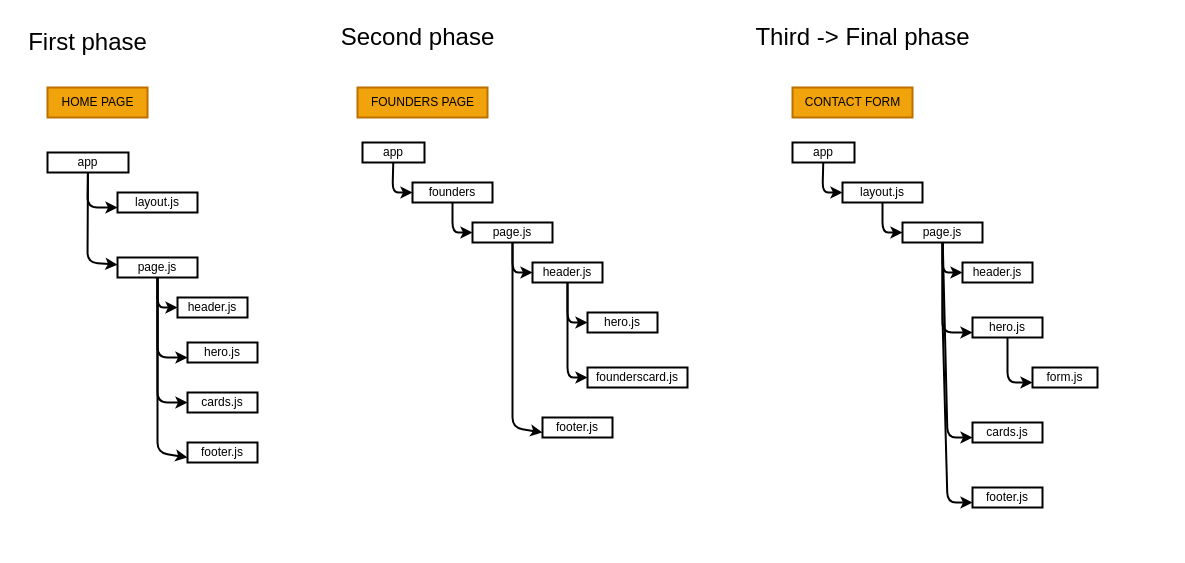
The draw.io diagram plan.drawio in chari00/fireplace-palace, before the edit. Source tidied: cells renumbered, new cells numbered last; positions are measured from the earlier drawing's top-left corner, leaving out a move shared by most shapes. Both pictures are drawn from the tidied source at 100%, with x=0, y=0 at pixel (17, 17).
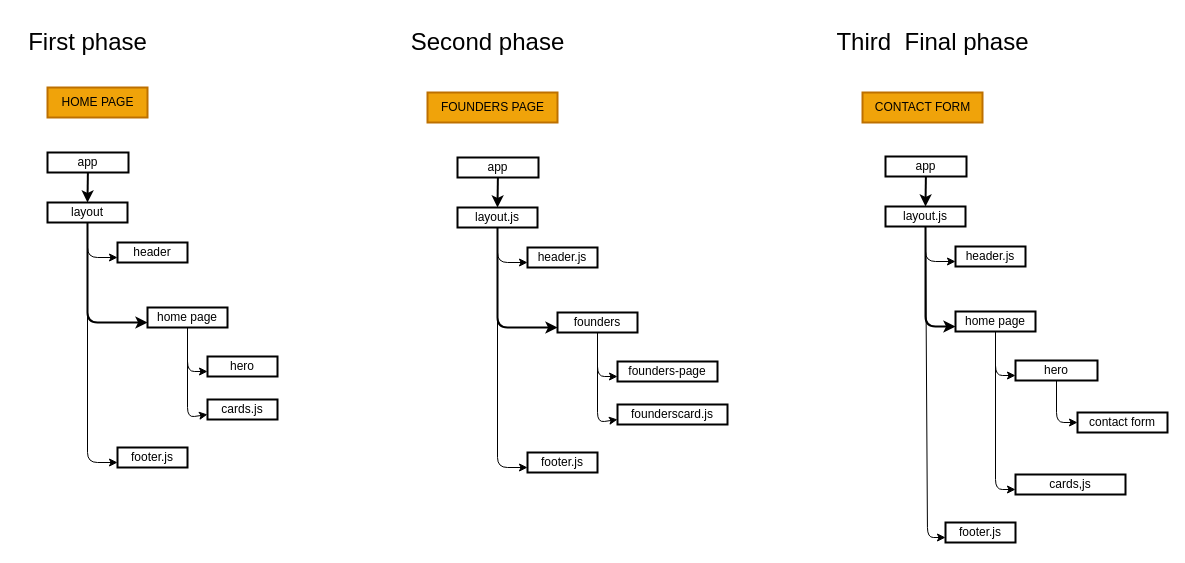
The same page after the edit.

The change refers to these unchanged cells:
```xml
<mxCell id="8" value="app" style="rounded=0;whiteSpace=wrap;html=1;strokeWidth=2;" parent="1" vertex="1">
  <mxGeometry x="30" y="135" width="81" height="20" as="geometry" />
</mxCell>
```

Change to the diagram source:
```diff
@@
-    <mxCell id="2" style="edgeStyle=none;html=1;entryX=0;entryY=0.5;entryDx=0;entryDy=0;strokeWidth=2;" parent="1" edge="1" source="3" target="5">
-      <mxGeometry relative="1" as="geometry">
-        <Array as="points">
-          <mxPoint x="375" y="175" />
-        </Array>
-      </mxGeometry>
-    </mxCell>
-    <mxCell id="3" value="app" style="rounded=0;whiteSpace=wrap;html=1;strokeWidth=2;" parent="1" vertex="1">
-      <mxGeometry x="345" y="125" width="62" height="20" as="geometry" />
-    </mxCell>
-    <mxCell id="4" style="edgeStyle=none;html=1;entryX=0;entryY=0.5;entryDx=0;entryDy=0;strokeWidth=2;" parent="1" edge="1" source="5" target="12">
-      <mxGeometry relative="1" as="geometry">
-        <Array as="points">
-          <mxPoint x="435" y="215" />
-        </Array>
-      </mxGeometry>
-    </mxCell>
-    <mxCell id="5" value="founders" style="rounded=0;whiteSpace=wrap;html=1;strokeWidth=2;" parent="1" vertex="1">
-      <mxGeometry x="395" y="165" width="80" height="20" as="geometry" />
-    </mxCell>
-    <mxCell id="6" style="edgeStyle=none;html=1;strokeWidth=2;" parent="1" edge="1" source="8" target="25">
+    <mxCell id="6" style="edgeStyle=none;html=1;strokeWidth=2;exitX=0.5;exitY=1;exitDx=0;exitDy=0;entryX=0;entryY=0.75;entryDx=0;entryDy=0;" parent="1" edge="1" source="9" target="25">
       <mxGeometry relative="1" as="geometry">
         <Array as="points">
-          <mxPoint x="70" y="245" />
+          <mxPoint x="70" y="225" />
+          <mxPoint x="70" y="305" />
         </Array>
       </mxGeometry>
     </mxCell>
-    <mxCell id="7" style="edgeStyle=none;html=1;entryX=0;entryY=0.75;entryDx=0;entryDy=0;strokeWidth=2;" parent="1" edge="1" source="8" target="9">
-      <mxGeometry relative="1" as="geometry">
-        <Array as="points">
-          <mxPoint x="70" y="190" />
-        </Array>
-      </mxGeometry>
+    <mxCell id="7" style="edgeStyle=none;html=1;strokeWidth=2;entryX=0.5;entryY=0;entryDx=0;entryDy=0;" parent="1" edge="1" source="8" target="9">
+      <mxGeometry relative="1" as="geometry" />
     </mxCell>
@@
+    <mxCell id="49" style="edgeStyle=none;html=1;entryX=0;entryY=0.75;entryDx=0;entryDy=0;" parent="1" edge="1" source="9" target="26">
+      <mxGeometry relative="1" as="geometry">
+        <Array as="points">
+          <mxPoint x="70" y="240" />
+        </Array>
+      </mxGeometry>
+    </mxCell>
+    <mxCell id="50" style="edgeStyle=none;html=1;entryX=0;entryY=0.75;entryDx=0;entryDy=0;" parent="1" edge="1" source="9" target="27">
+      <mxGeometry relative="1" as="geometry">
+        <Array as="points">
+          <mxPoint x="70" y="445" />
+        </Array>
+      </mxGeometry>
+    </mxCell>
-    <mxCell id="9" value="layout.js" style="rounded=0;whiteSpace=wrap;html=1;strokeWidth=2;" parent="1" vertex="1">
-      <mxGeometry x="100" y="175" width="80" height="20" as="geometry" />
+    <mxCell id="9" value="layout" style="rounded=0;whiteSpace=wrap;html=1;strokeWidth=2;" parent="1" vertex="1">
+      <mxGeometry x="30" y="185" width="80" height="20" as="geometry" />
     </mxCell>
-    <mxCell id="10" style="edgeStyle=none;html=1;entryX=0;entryY=0.5;entryDx=0;entryDy=0;strokeWidth=2;" parent="1" edge="1" source="12" target="15">
-      <mxGeometry relative="1" as="geometry">
-        <Array as="points">
-          <mxPoint x="495" y="255" />
-        </Array>
-      </mxGeometry>
-    </mxCell>
-    <mxCell id="11" style="edgeStyle=none;html=1;entryX=0;entryY=0.75;entryDx=0;entryDy=0;strokeWidth=2;" parent="1" edge="1" source="12" target="16">
-      <mxGeometry relative="1" as="geometry">
-        <Array as="points">
-          <mxPoint x="495" y="300" />
-          <mxPoint x="495" y="410" />
-        </Array>
-      </mxGeometry>
-    </mxCell>
-    <mxCell id="12" value="page.js" style="rounded=0;whiteSpace=wrap;html=1;strokeWidth=2;" parent="1" vertex="1">
-      <mxGeometry x="455" y="205" width="80" height="20" as="geometry" />
-    </mxCell>
-    <mxCell id="13" style="edgeStyle=none;html=1;entryX=0;entryY=0.5;entryDx=0;entryDy=0;strokeWidth=2;" parent="1" edge="1" source="15" target="19">
-      <mxGeometry relative="1" as="geometry">
-        <Array as="points">
-          <mxPoint x="550" y="305" />
-        </Array>
-      </mxGeometry>
-    </mxCell>
-    <mxCell id="14" style="edgeStyle=none;html=1;entryX=0;entryY=0.5;entryDx=0;entryDy=0;strokeWidth=2;" parent="1" edge="1" source="15" target="20">
-      <mxGeometry relative="1" as="geometry">
-        <Array as="points">
-          <mxPoint x="550" y="360" />
-        </Array>
-      </mxGeometry>
-    </mxCell>
-    <mxCell id="15" value="header.js" style="rounded=0;whiteSpace=wrap;html=1;strokeWidth=2;" parent="1" vertex="1">
-      <mxGeometry x="515" y="245" width="70" height="20" as="geometry" />
-    </mxCell>
-    <mxCell id="16" value="footer.js" style="rounded=0;whiteSpace=wrap;html=1;strokeWidth=2;" parent="1" vertex="1">
-      <mxGeometry x="525" y="400" width="70" height="20" as="geometry" />
-    </mxCell>
@@
     <mxCell id="18" value="FOUNDERS PAGE" style="text;html=1;align=center;verticalAlign=middle;strokeColor=#BD7000;fillColor=#f0a30a;fontColor=#000000;strokeWidth=2;" parent="1" vertex="1">
-      <mxGeometry x="340" y="70" width="130" height="30" as="geometry" />
+      <mxGeometry x="410" y="75" width="130" height="30" as="geometry" />
     </mxCell>
-    <mxCell id="19" value="hero.js" style="rounded=0;whiteSpace=wrap;html=1;strokeWidth=2;" parent="1" vertex="1">
-      <mxGeometry x="570" y="295" width="70" height="20" as="geometry" />
-    </mxCell>
-    <mxCell id="20" value="founderscard.js" style="rounded=0;whiteSpace=wrap;html=1;strokeWidth=2;" parent="1" vertex="1">
-      <mxGeometry x="570" y="350" width="100" height="20" as="geometry" />
-    </mxCell>
-    <mxCell id="21" style="edgeStyle=none;html=1;entryX=0;entryY=0.5;entryDx=0;entryDy=0;strokeWidth=2;" parent="1" edge="1" source="25" target="26">
-      <mxGeometry relative="1" as="geometry">
-        <Array as="points">
-          <mxPoint x="140" y="290" />
-        </Array>
-      </mxGeometry>
-    </mxCell>
-    <mxCell id="22" style="edgeStyle=none;html=1;entryX=0;entryY=0.75;entryDx=0;entryDy=0;strokeWidth=2;" parent="1" edge="1" source="25" target="27">
-      <mxGeometry relative="1" as="geometry">
-        <Array as="points">
-          <mxPoint x="140" y="325" />
-          <mxPoint x="140" y="435" />
-        </Array>
-      </mxGeometry>
-    </mxCell>
-    <mxCell id="23" style="edgeStyle=none;html=1;entryX=0;entryY=0.75;entryDx=0;entryDy=0;strokeWidth=2;" parent="1" edge="1" source="25" target="28">
+    <mxCell id="23" style="edgeStyle=none;html=1;entryX=0;entryY=0.75;entryDx=0;entryDy=0;" parent="1" edge="1" source="25" target="28">
       <mxGeometry relative="1" as="geometry">
         <Array as="points">
-          <mxPoint x="140" y="340" />
+          <mxPoint x="170" y="354" />
         </Array>
       </mxGeometry>
     </mxCell>
-    <mxCell id="24" style="edgeStyle=none;html=1;entryX=0;entryY=0.5;entryDx=0;entryDy=0;strokeWidth=2;" parent="1" edge="1" source="25" target="29">
+    <mxCell id="24" style="edgeStyle=none;html=1;entryX=0;entryY=0.75;entryDx=0;entryDy=0;" parent="1" edge="1" source="25" target="29">
       <mxGeometry relative="1" as="geometry">
         <Array as="points">
-          <mxPoint x="140" y="385" />
+          <mxPoint x="170" y="400" />
         </Array>
       </mxGeometry>
     </mxCell>
-    <mxCell id="25" value="page.js" style="rounded=0;whiteSpace=wrap;html=1;strokeWidth=2;" parent="1" vertex="1">
-      <mxGeometry x="100" y="240" width="80" height="20" as="geometry" />
+    <mxCell id="25" value="home page" style="rounded=0;whiteSpace=wrap;html=1;strokeWidth=2;" parent="1" vertex="1">
+      <mxGeometry x="130" y="290" width="80" height="20" as="geometry" />
     </mxCell>
-    <mxCell id="26" value="header.js" style="rounded=0;whiteSpace=wrap;html=1;strokeWidth=2;" parent="1" vertex="1">
-      <mxGeometry x="160" y="280" width="70" height="20" as="geometry" />
+    <mxCell id="26" value="header" style="rounded=0;whiteSpace=wrap;html=1;strokeWidth=2;" parent="1" vertex="1">
+      <mxGeometry x="100" y="225" width="70" height="20" as="geometry" />
     </mxCell>
     <mxCell id="27" value="footer.js" style="rounded=0;whiteSpace=wrap;html=1;strokeWidth=2;" parent="1" vertex="1">
-      <mxGeometry x="170" y="425" width="70" height="20" as="geometry" />
+      <mxGeometry x="100" y="430" width="70" height="20" as="geometry" />
     </mxCell>
-    <mxCell id="28" value="hero.js" style="rounded=0;whiteSpace=wrap;html=1;strokeWidth=2;" parent="1" vertex="1">
-      <mxGeometry x="170" y="325" width="70" height="20" as="geometry" />
+    <mxCell id="28" value="hero" style="rounded=0;whiteSpace=wrap;html=1;strokeWidth=2;" parent="1" vertex="1">
+      <mxGeometry x="190" y="339" width="70" height="20" as="geometry" />
     </mxCell>
     <mxCell id="29" value="cards.js" style="rounded=0;whiteSpace=wrap;html=1;strokeWidth=2;" parent="1" vertex="1">
-      <mxGeometry x="170" y="375" width="70" height="20" as="geometry" />
+      <mxGeometry x="190" y="382" width="70" height="20" as="geometry" />
     </mxCell>
-    <mxCell id="30" style="edgeStyle=none;html=1;entryX=0;entryY=0.5;entryDx=0;entryDy=0;strokeWidth=2;" parent="1" edge="1" source="31" target="33">
-      <mxGeometry relative="1" as="geometry">
-        <Array as="points">
-          <mxPoint x="805" y="175" />
-        </Array>
-      </mxGeometry>
-    </mxCell>
-    <mxCell id="31" value="app" style="rounded=0;whiteSpace=wrap;html=1;strokeWidth=2;" parent="1" vertex="1">
-      <mxGeometry x="775" y="125" width="62" height="20" as="geometry" />
-    </mxCell>
-    <mxCell id="32" style="edgeStyle=none;html=1;entryX=0;entryY=0.5;entryDx=0;entryDy=0;strokeWidth=2;" parent="1" edge="1" source="33" target="38">
-      <mxGeometry relative="1" as="geometry">
-        <Array as="points">
-          <mxPoint x="865" y="215" />
-        </Array>
-      </mxGeometry>
-    </mxCell>
-    <mxCell id="33" value="layout.js" style="rounded=0;whiteSpace=wrap;html=1;strokeWidth=2;" parent="1" vertex="1">
-      <mxGeometry x="825" y="165" width="80" height="20" as="geometry" />
-    </mxCell>
-    <mxCell id="34" style="edgeStyle=none;html=1;entryX=0;entryY=0.5;entryDx=0;entryDy=0;strokeWidth=2;" parent="1" edge="1" source="38" target="39">
-      <mxGeometry relative="1" as="geometry">
-        <Array as="points">
-          <mxPoint x="925" y="255" />
-        </Array>
-      </mxGeometry>
-    </mxCell>
-    <mxCell id="35" style="edgeStyle=none;html=1;entryX=0;entryY=0.75;entryDx=0;entryDy=0;strokeWidth=2;" parent="1" edge="1" source="38" target="40">
-      <mxGeometry relative="1" as="geometry">
-        <Array as="points">
-          <mxPoint x="925" y="300" />
-          <mxPoint x="930" y="485" />
-        </Array>
-      </mxGeometry>
-    </mxCell>
-    <mxCell id="36" style="edgeStyle=none;html=1;entryX=0;entryY=0.75;entryDx=0;entryDy=0;strokeWidth=2;" parent="1" edge="1" source="38" target="43">
-      <mxGeometry relative="1" as="geometry">
-        <Array as="points">
-          <mxPoint x="925" y="315" />
-        </Array>
-      </mxGeometry>
-    </mxCell>
-    <mxCell id="37" style="edgeStyle=none;html=1;entryX=0;entryY=0.75;entryDx=0;entryDy=0;fontColor=#FFFFFF;strokeWidth=2;" parent="1" edge="1" source="38" target="45">
-      <mxGeometry relative="1" as="geometry">
-        <Array as="points">
-          <mxPoint x="930" y="420" />
-        </Array>
-      </mxGeometry>
-    </mxCell>
-    <mxCell id="38" value="page.js" style="rounded=0;whiteSpace=wrap;html=1;strokeWidth=2;" parent="1" vertex="1">
-      <mxGeometry x="885" y="205" width="80" height="20" as="geometry" />
-    </mxCell>
-    <mxCell id="39" value="header.js" style="rounded=0;whiteSpace=wrap;html=1;strokeWidth=2;" parent="1" vertex="1">
-      <mxGeometry x="945" y="245" width="70" height="20" as="geometry" />
-    </mxCell>
-    <mxCell id="40" value="footer.js" style="rounded=0;whiteSpace=wrap;html=1;strokeWidth=2;" parent="1" vertex="1">
-      <mxGeometry x="955" y="470" width="70" height="20" as="geometry" />
-    </mxCell>
     <mxCell id="41" value="CONTACT FORM" style="text;html=1;align=center;verticalAlign=middle;strokeColor=#BD7000;fillColor=#f0a30a;fontColor=#000000;strokeWidth=2;" parent="1" vertex="1">
-      <mxGeometry x="775" y="70" width="120" height="30" as="geometry" />
+      <mxGeometry x="845" y="75" width="120" height="30" as="geometry" />
     </mxCell>
-    <mxCell id="42" style="edgeStyle=none;html=1;entryX=0;entryY=0.75;entryDx=0;entryDy=0;strokeWidth=2;" parent="1" edge="1" source="43" target="44">
-      <mxGeometry relative="1" as="geometry">
-        <Array as="points">
-          <mxPoint x="990" y="365" />
-        </Array>
-      </mxGeometry>
-    </mxCell>
-    <mxCell id="43" value="hero.js" style="rounded=0;whiteSpace=wrap;html=1;strokeWidth=2;" parent="1" vertex="1">
-      <mxGeometry x="955" y="300" width="70" height="20" as="geometry" />
-    </mxCell>
-    <mxCell id="44" value="form.js" style="rounded=0;whiteSpace=wrap;html=1;strokeWidth=2;" parent="1" vertex="1">
-      <mxGeometry x="1015" y="350" width="65" height="20" as="geometry" />
-    </mxCell>
-    <mxCell id="45" value="cards.js" style="rounded=0;whiteSpace=wrap;html=1;strokeWidth=2;" parent="1" vertex="1">
-      <mxGeometry x="955" y="405" width="70" height="20" as="geometry" />
-    </mxCell>
@@
     <mxCell id="47" value="&lt;font style=&quot;font-size: 24px;&quot;&gt;Second phase&lt;/font&gt;" style="text;html=1;align=center;verticalAlign=middle;strokeColor=none;fillColor=none;" parent="1" vertex="1">
-      <mxGeometry x="310" width="180" height="40" as="geometry" />
+      <mxGeometry x="380" y="5" width="180" height="40" as="geometry" />
     </mxCell>
-    <mxCell id="48" value="&lt;font style=&quot;font-size: 24px;&quot;&gt;Third -&amp;gt; Final phase&lt;/font&gt;" style="text;html=1;align=center;verticalAlign=middle;strokeColor=none;fillColor=none;" parent="1" vertex="1">
-      <mxGeometry x="725" width="240" height="40" as="geometry" />
+    <mxCell id="48" value="&lt;font style=&quot;font-size: 24px;&quot;&gt;Third&amp;nbsp; Final phase&lt;/font&gt;" style="text;html=1;align=center;verticalAlign=middle;strokeColor=none;fillColor=none;" parent="1" vertex="1">
+      <mxGeometry x="805" y="5" width="220" height="40" as="geometry" />
     </mxCell>
+    <mxCell id="51" style="edgeStyle=none;html=1;strokeWidth=2;exitX=0.5;exitY=1;exitDx=0;exitDy=0;entryX=0;entryY=0.75;entryDx=0;entryDy=0;" parent="1" edge="1" source="56" target="5">
+      <mxGeometry relative="1" as="geometry">
+        <Array as="points">
+          <mxPoint x="480" y="230" />
+          <mxPoint x="480" y="310" />
+        </Array>
+      </mxGeometry>
+    </mxCell>
+    <mxCell id="52" style="edgeStyle=none;html=1;strokeWidth=2;entryX=0.5;entryY=0;entryDx=0;entryDy=0;" parent="1" edge="1" source="53" target="56">
+      <mxGeometry relative="1" as="geometry" />
+    </mxCell>
+    <mxCell id="53" value="app" style="rounded=0;whiteSpace=wrap;html=1;strokeWidth=2;" parent="1" vertex="1">
+      <mxGeometry x="440" y="140" width="81" height="20" as="geometry" />
+    </mxCell>
+    <mxCell id="54" style="edgeStyle=none;html=1;entryX=0;entryY=0.75;entryDx=0;entryDy=0;" parent="1" edge="1" source="56" target="59">
+      <mxGeometry relative="1" as="geometry">
+        <Array as="points">
+          <mxPoint x="480" y="245" />
+        </Array>
+      </mxGeometry>
+    </mxCell>
+    <mxCell id="55" style="edgeStyle=none;html=1;entryX=0;entryY=0.75;entryDx=0;entryDy=0;" parent="1" edge="1" source="56" target="60">
+      <mxGeometry relative="1" as="geometry">
+        <Array as="points">
+          <mxPoint x="480" y="450" />
+        </Array>
+      </mxGeometry>
+    </mxCell>
+    <mxCell id="56" value="layout.js" style="rounded=0;whiteSpace=wrap;html=1;strokeWidth=2;" parent="1" vertex="1">
+      <mxGeometry x="440" y="190" width="80" height="20" as="geometry" />
+    </mxCell>
+    <mxCell id="57" style="edgeStyle=none;html=1;entryX=0;entryY=0.75;entryDx=0;entryDy=0;" parent="1" edge="1" source="5" target="61">
+      <mxGeometry relative="1" as="geometry">
+        <Array as="points">
+          <mxPoint x="580" y="359" />
+        </Array>
+      </mxGeometry>
+    </mxCell>
+    <mxCell id="58" style="edgeStyle=none;html=1;entryX=0;entryY=0.75;entryDx=0;entryDy=0;" parent="1" edge="1" source="5" target="20">
+      <mxGeometry relative="1" as="geometry">
+        <Array as="points">
+          <mxPoint x="580" y="405" />
+        </Array>
+      </mxGeometry>
+    </mxCell>
+    <mxCell id="5" value="founders" style="rounded=0;whiteSpace=wrap;html=1;strokeWidth=2;" parent="1" vertex="1">
+      <mxGeometry x="540" y="295" width="80" height="20" as="geometry" />
+    </mxCell>
+    <mxCell id="59" value="header.js" style="rounded=0;whiteSpace=wrap;html=1;strokeWidth=2;" parent="1" vertex="1">
+      <mxGeometry x="510" y="230" width="70" height="20" as="geometry" />
+    </mxCell>
+    <mxCell id="60" value="footer.js" style="rounded=0;whiteSpace=wrap;html=1;strokeWidth=2;" parent="1" vertex="1">
+      <mxGeometry x="510" y="435" width="70" height="20" as="geometry" />
+    </mxCell>
+    <mxCell id="61" value="founders-page" style="rounded=0;whiteSpace=wrap;html=1;strokeWidth=2;" parent="1" vertex="1">
+      <mxGeometry x="600" y="344" width="100" height="20" as="geometry" />
+    </mxCell>
+    <mxCell id="20" value="founderscard.js" style="rounded=0;whiteSpace=wrap;html=1;strokeWidth=2;" parent="1" vertex="1">
+      <mxGeometry x="600" y="387" width="110" height="20" as="geometry" />
+    </mxCell>
+    <mxCell id="62" style="edgeStyle=none;html=1;strokeWidth=2;exitX=0.5;exitY=1;exitDx=0;exitDy=0;entryX=0;entryY=0.75;entryDx=0;entryDy=0;" parent="1" edge="1" source="67" target="70">
+      <mxGeometry relative="1" as="geometry">
+        <Array as="points">
+          <mxPoint x="908" y="229" />
+          <mxPoint x="908" y="309" />
+        </Array>
+      </mxGeometry>
+    </mxCell>
+    <mxCell id="63" style="edgeStyle=none;html=1;strokeWidth=2;entryX=0.5;entryY=0;entryDx=0;entryDy=0;" parent="1" edge="1" source="64" target="67">
+      <mxGeometry relative="1" as="geometry" />
+    </mxCell>
+    <mxCell id="64" value="app" style="rounded=0;whiteSpace=wrap;html=1;strokeWidth=2;" parent="1" vertex="1">
+      <mxGeometry x="868" y="139" width="81" height="20" as="geometry" />
+    </mxCell>
+    <mxCell id="65" style="edgeStyle=none;html=1;entryX=0;entryY=0.75;entryDx=0;entryDy=0;" parent="1" edge="1" source="67" target="71">
+      <mxGeometry relative="1" as="geometry">
+        <Array as="points">
+          <mxPoint x="908" y="244" />
+        </Array>
+      </mxGeometry>
+    </mxCell>
+    <mxCell id="66" style="edgeStyle=none;html=1;entryX=0;entryY=0.75;entryDx=0;entryDy=0;" parent="1" edge="1" source="67" target="72">
+      <mxGeometry relative="1" as="geometry">
+        <Array as="points">
+          <mxPoint x="910" y="520" />
+        </Array>
+      </mxGeometry>
+    </mxCell>
+    <mxCell id="67" value="layout.js" style="rounded=0;whiteSpace=wrap;html=1;strokeWidth=2;" parent="1" vertex="1">
+      <mxGeometry x="868" y="189" width="80" height="20" as="geometry" />
+    </mxCell>
+    <mxCell id="68" style="edgeStyle=none;html=1;entryX=0;entryY=0.75;entryDx=0;entryDy=0;" parent="1" edge="1" source="70" target="74">
+      <mxGeometry relative="1" as="geometry">
+        <Array as="points">
+          <mxPoint x="978" y="358" />
+        </Array>
+      </mxGeometry>
+    </mxCell>
+    <mxCell id="69" style="edgeStyle=none;html=1;entryX=0;entryY=0.75;entryDx=0;entryDy=0;" parent="1" edge="1" source="70" target="75">
+      <mxGeometry relative="1" as="geometry">
+        <Array as="points">
+          <mxPoint x="978" y="472" />
+        </Array>
+      </mxGeometry>
+    </mxCell>
+    <mxCell id="70" value="home page" style="rounded=0;whiteSpace=wrap;html=1;strokeWidth=2;" parent="1" vertex="1">
+      <mxGeometry x="938" y="294" width="80" height="20" as="geometry" />
+    </mxCell>
+    <mxCell id="71" value="header.js" style="rounded=0;whiteSpace=wrap;html=1;strokeWidth=2;" parent="1" vertex="1">
+      <mxGeometry x="938" y="229" width="70" height="20" as="geometry" />
+    </mxCell>
+    <mxCell id="72" value="footer.js" style="rounded=0;whiteSpace=wrap;html=1;strokeWidth=2;" parent="1" vertex="1">
+      <mxGeometry x="928" y="505" width="70" height="20" as="geometry" />
+    </mxCell>
+    <mxCell id="73" style="edgeStyle=none;html=1;entryX=0;entryY=0.5;entryDx=0;entryDy=0;" parent="1" edge="1" source="74" target="76">
+      <mxGeometry relative="1" as="geometry">
+        <Array as="points">
+          <mxPoint x="1039" y="405" />
+        </Array>
+      </mxGeometry>
+    </mxCell>
+    <mxCell id="74" value="hero" style="rounded=0;whiteSpace=wrap;html=1;strokeWidth=2;" parent="1" vertex="1">
+      <mxGeometry x="998" y="343" width="82" height="20" as="geometry" />
+    </mxCell>
+    <mxCell id="75" value="cards,js" style="rounded=0;whiteSpace=wrap;html=1;strokeWidth=2;" parent="1" vertex="1">
+      <mxGeometry x="998" y="457" width="110" height="20" as="geometry" />
+    </mxCell>
+    <mxCell id="76" value="contact form" style="rounded=0;whiteSpace=wrap;html=1;strokeWidth=2;" parent="1" vertex="1">
+      <mxGeometry x="1060" y="395" width="90" height="20" as="geometry" />
+    </mxCell>
```
